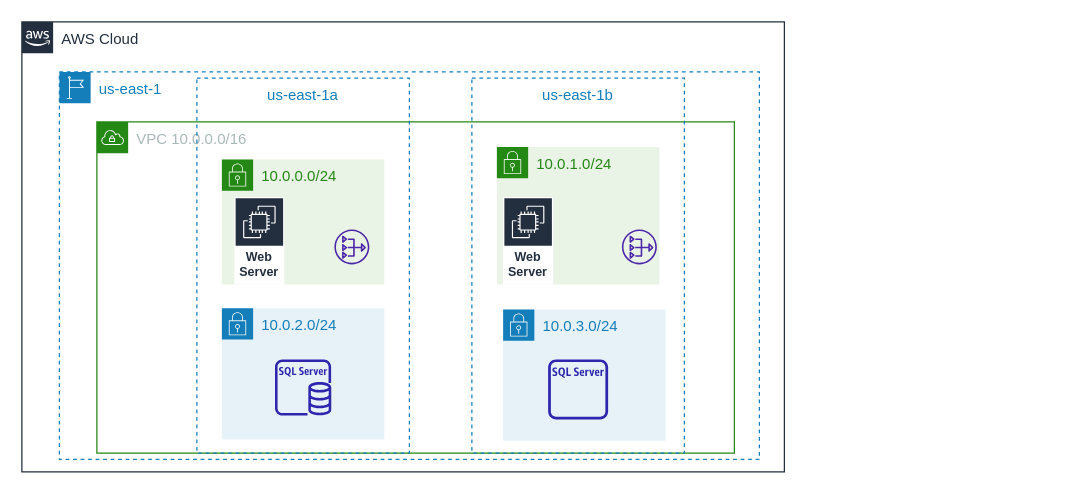
Above: 05_networking/vpc.drawio in ippontech/cpe-tp (draw.io), before the change. Source tidied: cells renumbered, new cells numbered last; positions are measured from the earlier drawing's top-left corner, leaving out a move shared by most shapes. Both pictures are drawn from the tidied source at 125%, with x=0, y=0 at pixel (21, 21).
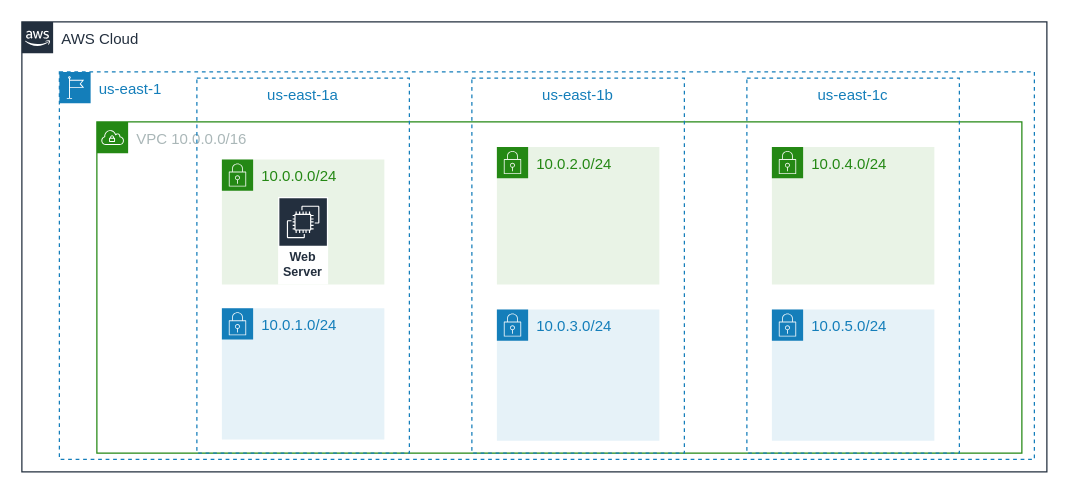
Above is the later version.

The edit, as a diff of the source:
```diff
@@
 <mxGraphModel>
   <root>
     <mxCell id="0" />
     <mxCell id="1" parent="0" />
     <mxCell id="2" value="AWS Cloud" style="gradientColor=none;html=1;whiteSpace=wrap;fontSize=12;fontStyle=0;shape=mxgraph.aws4.group;grIcon=mxgraph.aws4.group_aws_cloud_alt;strokeColor=#232F3E;fillColor=none;verticalAlign=top;align=left;spacingLeft=30;fontColor=#232F3E;dashed=0;" parent="1" vertex="1">
-      <mxGeometry width="610" height="360" as="geometry" />
+      <mxGeometry width="820" height="360" as="geometry" />
     </mxCell>
     <mxCell id="3" value="us-east-1" style="gradientColor=none;html=1;whiteSpace=wrap;fontSize=12;fontStyle=0;shape=mxgraph.aws4.group;grIcon=mxgraph.aws4.group_region;strokeColor=#147EBA;fillColor=none;verticalAlign=top;align=left;spacingLeft=30;fontColor=#147EBA;dashed=1;" parent="2" vertex="1">
-      <mxGeometry x="30" y="40" width="560" height="310" as="geometry" />
+      <mxGeometry x="30" y="40" width="780" height="310" as="geometry" />
     </mxCell>
     <mxCell id="4" value="VPC 10.0.0.0/16" style="gradientColor=none;html=1;whiteSpace=wrap;fontSize=12;fontStyle=0;shape=mxgraph.aws4.group;grIcon=mxgraph.aws4.group_vpc;strokeColor=#248814;fillColor=none;verticalAlign=top;align=left;spacingLeft=30;fontColor=#AAB7B8;dashed=0;" parent="3" vertex="1">
-      <mxGeometry x="30" y="40" width="510" height="265" as="geometry" />
+      <mxGeometry x="30" y="40" width="740" height="265" as="geometry" />
     </mxCell>
-    <mxCell id="5" value="us-east-1b" style="fillColor=none;strokeColor=#147EBA;dashed=1;verticalAlign=top;fontStyle=0;fontColor=#147EBA;" parent="4" vertex="1">
-      <mxGeometry x="300" y="-35" width="170" height="300" as="geometry" />
-    </mxCell>
     <mxCell id="6" value="us-east-1a" style="fillColor=none;strokeColor=#147EBA;dashed=1;verticalAlign=top;fontStyle=0;fontColor=#147EBA;" parent="4" vertex="1">
       <mxGeometry x="80" y="-35" width="170" height="300" as="geometry" />
     </mxCell>
     <mxCell id="7" value="10.0.0.0/24" style="gradientColor=none;html=1;whiteSpace=wrap;fontSize=12;fontStyle=0;shape=mxgraph.aws4.group;grIcon=mxgraph.aws4.group_security_group;grStroke=0;strokeColor=#248814;fillColor=#E9F3E6;verticalAlign=top;align=left;spacingLeft=30;fontColor=#248814;dashed=0;" parent="4" vertex="1">
       <mxGeometry x="100" y="30" width="130" height="100" as="geometry" />
     </mxCell>
-    <mxCell id="8" style="sketch=0;fontColor=#232F3E;gradientColor=none;fillColor=#4D27AA;strokeColor=none;dashed=0;verticalLabelPosition=bottom;verticalAlign=top;align=center;html=1;fontSize=12;fontStyle=0;shape=mxgraph.aws4.nat_gateway;" parent="7" vertex="1">
-      <mxGeometry x="90" y="56" width="28" height="28" as="geometry" />
-    </mxCell>
-    <mxCell id="9" value="10.0.1.0/24" style="gradientColor=none;html=1;whiteSpace=wrap;fontSize=12;fontStyle=0;shape=mxgraph.aws4.group;grIcon=mxgraph.aws4.group_security_group;grStroke=0;strokeColor=#248814;fillColor=#E9F3E6;verticalAlign=top;align=left;spacingLeft=30;fontColor=#248814;dashed=0;" parent="4" vertex="1">
+    <mxCell id="9" value="10.0.2.0/24" style="gradientColor=none;html=1;whiteSpace=wrap;fontSize=12;fontStyle=0;shape=mxgraph.aws4.group;grIcon=mxgraph.aws4.group_security_group;grStroke=0;strokeColor=#248814;fillColor=#E9F3E6;verticalAlign=top;align=left;spacingLeft=30;fontColor=#248814;dashed=0;" parent="4" vertex="1">
       <mxGeometry x="320" y="20" width="130" height="110" as="geometry" />
     </mxCell>
-    <mxCell id="10" style="sketch=0;fontColor=#232F3E;gradientColor=none;fillColor=#4D27AA;strokeColor=none;dashed=0;verticalLabelPosition=bottom;verticalAlign=top;align=center;html=1;fontSize=12;fontStyle=0;shape=mxgraph.aws4.nat_gateway;" parent="9" vertex="1">
-      <mxGeometry x="100" y="66" width="28" height="28" as="geometry" />
-    </mxCell>
-    <mxCell id="11" value="10.0.2.0/24" style="gradientColor=none;html=1;whiteSpace=wrap;fontSize=12;fontStyle=0;shape=mxgraph.aws4.group;grIcon=mxgraph.aws4.group_security_group;grStroke=0;strokeColor=#147EBA;fillColor=#E6F2F8;verticalAlign=top;align=left;spacingLeft=30;fontColor=#147EBA;dashed=0;" parent="4" vertex="1">
+    <mxCell id="11" value="10.0.1.0/24" style="gradientColor=none;html=1;whiteSpace=wrap;fontSize=12;fontStyle=0;shape=mxgraph.aws4.group;grIcon=mxgraph.aws4.group_security_group;grStroke=0;strokeColor=#147EBA;fillColor=#E6F2F8;verticalAlign=top;align=left;spacingLeft=30;fontColor=#147EBA;dashed=0;" parent="4" vertex="1">
       <mxGeometry x="100" y="149" width="130" height="105" as="geometry" />
     </mxCell>
-    <mxCell id="12" style="sketch=0;fontColor=#232F3E;gradientColor=none;fillColor=#2E27AD;strokeColor=none;dashed=0;verticalLabelPosition=bottom;verticalAlign=top;align=center;html=1;fontSize=12;fontStyle=0;shape=mxgraph.aws4.rds_sql_server_instance;" parent="11" vertex="1">
-      <mxGeometry x="42.5" y="41" width="45" height="45" as="geometry" />
-    </mxCell>
     <mxCell id="13" value="10.0.3.0/24" style="gradientColor=none;html=1;whiteSpace=wrap;fontSize=12;fontStyle=0;shape=mxgraph.aws4.group;grIcon=mxgraph.aws4.group_security_group;grStroke=0;strokeColor=#147EBA;fillColor=#E6F2F8;verticalAlign=top;align=left;spacingLeft=30;fontColor=#147EBA;dashed=0;" parent="4" vertex="1">
-      <mxGeometry x="325" y="150" width="130" height="105" as="geometry" />
+      <mxGeometry x="320" y="150" width="130" height="105" as="geometry" />
     </mxCell>
     <mxCell id="14" value="Web Server" style="sketch=0;fontColor=#232F3E;gradientColor=none;strokeColor=#ffffff;fillColor=#232F3E;dashed=0;verticalLabelPosition=middle;verticalAlign=bottom;align=center;html=1;whiteSpace=wrap;fontSize=10;fontStyle=1;spacing=3;shape=mxgraph.aws4.productIcon;prIcon=mxgraph.aws4.ec2;" parent="4" vertex="1">
-      <mxGeometry x="110" y="60" width="40" height="70" as="geometry" />
+      <mxGeometry x="145" y="60" width="40" height="70" as="geometry" />
     </mxCell>
-    <mxCell id="15" value="Web Server" style="sketch=0;fontColor=#232F3E;gradientColor=none;strokeColor=#ffffff;fillColor=#232F3E;dashed=0;verticalLabelPosition=middle;verticalAlign=bottom;align=center;html=1;whiteSpace=wrap;fontSize=10;fontStyle=1;spacing=3;shape=mxgraph.aws4.productIcon;prIcon=mxgraph.aws4.ec2;" parent="4" vertex="1">
-      <mxGeometry x="325" y="60" width="40" height="70" as="geometry" />
-    </mxCell>
-    <mxCell id="16" style="sketch=0;fontColor=#232F3E;gradientColor=none;fillColor=#2E27AD;strokeColor=none;dashed=0;verticalLabelPosition=bottom;verticalAlign=top;align=center;html=1;fontSize=12;fontStyle=0;shape=mxgraph.aws4.rds_sql_server_instance_alt;" parent="4" vertex="1">
-      <mxGeometry x="361" y="190" width="48" height="48" as="geometry" />
-    </mxCell>
+    <mxCell id="17" value="us-east-1c" style="fillColor=none;strokeColor=#147EBA;dashed=1;verticalAlign=top;fontStyle=0;fontColor=#147EBA;" parent="3" vertex="1">
+      <mxGeometry x="550" y="5" width="170" height="300" as="geometry" />
+    </mxCell>
+    <mxCell id="18" value="10.0.4.0/24" style="gradientColor=none;html=1;whiteSpace=wrap;fontSize=12;fontStyle=0;shape=mxgraph.aws4.group;grIcon=mxgraph.aws4.group_security_group;grStroke=0;strokeColor=#248814;fillColor=#E9F3E6;verticalAlign=top;align=left;spacingLeft=30;fontColor=#248814;dashed=0;" parent="3" vertex="1">
+      <mxGeometry x="570" y="60" width="130" height="110" as="geometry" />
+    </mxCell>
+    <mxCell id="19" value="10.0.5.0/24" style="gradientColor=none;html=1;whiteSpace=wrap;fontSize=12;fontStyle=0;shape=mxgraph.aws4.group;grIcon=mxgraph.aws4.group_security_group;grStroke=0;strokeColor=#147EBA;fillColor=#E6F2F8;verticalAlign=top;align=left;spacingLeft=30;fontColor=#147EBA;dashed=0;" parent="3" vertex="1">
+      <mxGeometry x="570" y="190" width="130" height="105" as="geometry" />
+    </mxCell>
+    <mxCell id="5" value="us-east-1b" style="fillColor=none;strokeColor=#147EBA;dashed=1;verticalAlign=top;fontStyle=0;fontColor=#147EBA;" parent="3" vertex="1">
+      <mxGeometry x="330" y="5" width="170" height="300" as="geometry" />
+    </mxCell>
   </root>
 </mxGraphModel>
```
